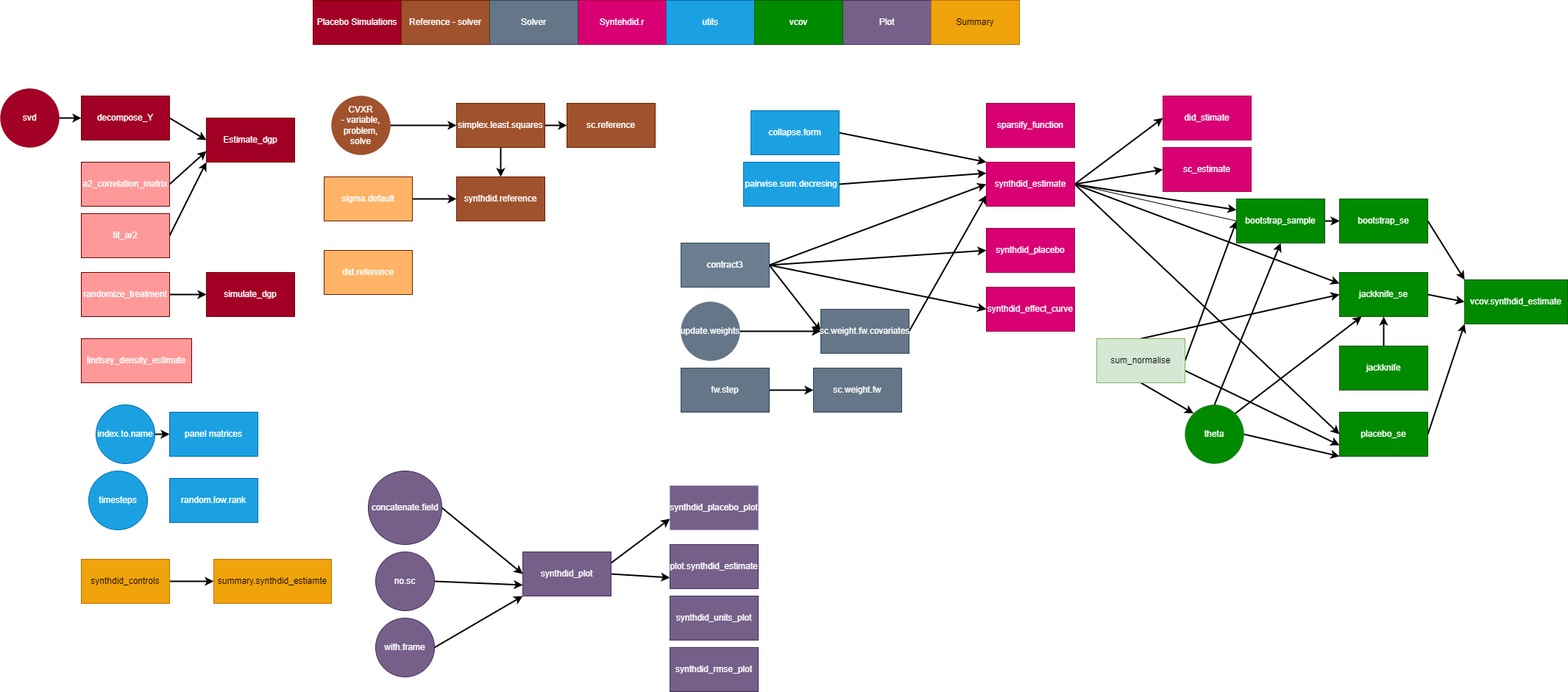
The draw.io diagram map.png in d2cml-ai/synthdid, before a commit. Source tidied: cells renumbered, new cells last; positions are measured from the earlier drawing's top-left corner, leaving out a move shared by most shapes.
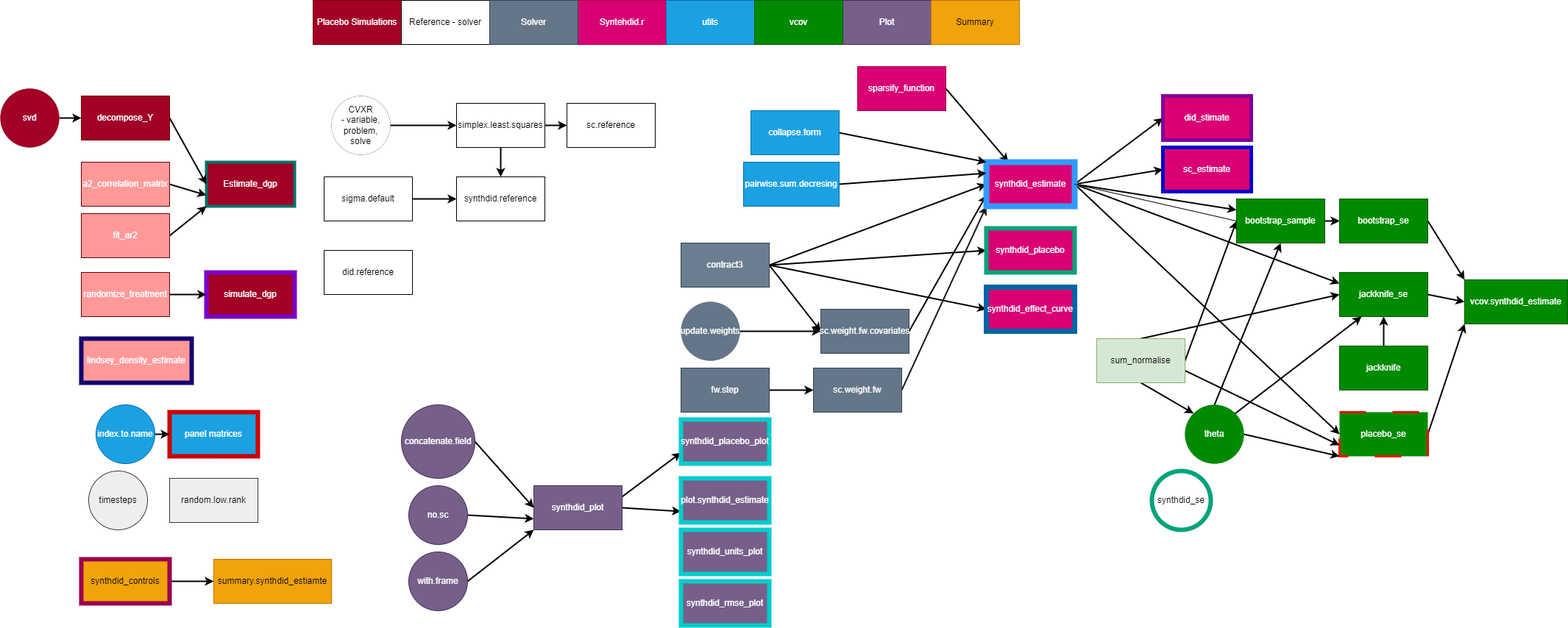
After the commit.

Change to the diagram source:
```diff
@@ -10,3 +10,3 @@
     </mxCell>
-    <mxCell id="4" value="Reference - solver" style="whiteSpace=wrap;html=1;fillColor=#a0522d;fontColor=#ffffff;strokeColor=#6D1F00;" parent="1" vertex="1">
+    <mxCell id="4" value="Reference - solver" style="whiteSpace=wrap;html=1;" parent="1" vertex="1">
       <mxGeometry x="545" width="120" height="60" as="geometry" />
@@ -25,6 +25,6 @@
     </mxCell>
-    <mxCell id="9" value="Estimate_dgp" style="whiteSpace=wrap;html=1;fillColor=#a20025;fontColor=#ffffff;strokeColor=#6F0000;" parent="1" vertex="1">
-      <mxGeometry x="280" y="160" width="120" height="60" as="geometry" />
+    <mxCell id="9" value="Estimate_dgp" style="whiteSpace=wrap;html=1;fillColor=#a20025;fontColor=#ffffff;strokeColor=#007069;strokeWidth=4;" parent="1" vertex="1">
+      <mxGeometry x="280" y="220" width="120" height="60" as="geometry" />
     </mxCell>
-    <mxCell id="10" value="simulate_dgp" style="whiteSpace=wrap;html=1;fillColor=#a20025;fontColor=#ffffff;strokeColor=#6F0000;" parent="1" vertex="1">
+    <mxCell id="10" value="simulate_dgp" style="whiteSpace=wrap;html=1;fillColor=#a20025;fontColor=#ffffff;strokeColor=#7a00cc;strokeWidth=6;" parent="1" vertex="1">
       <mxGeometry x="280" y="370" width="120" height="60" as="geometry" />
@@ -55,3 +55,3 @@
     </mxCell>
-    <mxCell id="19" value="lindsey_density_estimate" style="whiteSpace=wrap;html=1;fillColor=#FF9999;fontColor=#ffffff;strokeColor=#6F0000;" parent="1" vertex="1">
+    <mxCell id="19" value="lindsey_density_estimate" style="whiteSpace=wrap;html=1;fillColor=#FF9999;fontColor=#ffffff;strokeColor=#130070;strokeWidth=6;" parent="1" vertex="1">
       <mxGeometry x="110" y="460" width="150" height="60" as="geometry" />
@@ -65,3 +65,3 @@
     <mxCell id="22" value="synthdid_plot" style="whiteSpace=wrap;html=1;fillColor=#76608a;fontColor=#ffffff;strokeColor=#432D57;" parent="1" vertex="1">
-      <mxGeometry x="710" y="750" width="120" height="60" as="geometry" />
+      <mxGeometry x="725" y="660" width="120" height="60" as="geometry" />
     </mxCell>
@@ -71,3 +71,3 @@
     <mxCell id="24" value="concatenate.field" style="ellipse;whiteSpace=wrap;html=1;fillColor=#76608a;fontColor=#ffffff;strokeColor=#432D57;" parent="1" vertex="1">
-      <mxGeometry x="500" y="640" width="100" height="100" as="geometry" />
+      <mxGeometry x="545" y="550" width="100" height="100" as="geometry" />
     </mxCell>
@@ -77,3 +77,3 @@
     <mxCell id="26" value="no.sc" style="ellipse;whiteSpace=wrap;html=1;fillColor=#76608a;fontColor=#ffffff;strokeColor=#432D57;" parent="1" vertex="1">
-      <mxGeometry x="510" y="750" width="80" height="80" as="geometry" />
+      <mxGeometry x="555" y="660" width="80" height="80" as="geometry" />
     </mxCell>
@@ -83,32 +83,32 @@
     <mxCell id="28" value="with.frame" style="ellipse;whiteSpace=wrap;html=1;fillColor=#76608a;fontColor=#ffffff;strokeColor=#432D57;" parent="1" vertex="1">
-      <mxGeometry x="510" y="840" width="80" height="80" as="geometry" />
+      <mxGeometry x="555" y="750" width="80" height="80" as="geometry" />
     </mxCell>
-    <mxCell id="29" value="synthdid_units_plot" style="whiteSpace=wrap;html=1;fillColor=#76608a;fontColor=#ffffff;strokeColor=#432D57;" parent="1" vertex="1">
-      <mxGeometry x="910" y="810" width="120" height="60" as="geometry" />
+    <mxCell id="29" value="synthdid_units_plot" style="whiteSpace=wrap;html=1;fillColor=#76608a;fontColor=#ffffff;strokeColor=#00CCCC;strokeWidth=6;" parent="1" vertex="1">
+      <mxGeometry x="925" y="720" width="120" height="60" as="geometry" />
     </mxCell>
-    <mxCell id="30" value="synthdid_rmse_plot" style="whiteSpace=wrap;html=1;fillColor=#76608a;fontColor=#ffffff;strokeColor=#432D57;" parent="1" vertex="1">
-      <mxGeometry x="910" y="880" width="120" height="60" as="geometry" />
+    <mxCell id="30" value="synthdid_rmse_plot" style="whiteSpace=wrap;html=1;fillColor=#76608a;fontColor=#ffffff;strokeColor=#00CCCC;strokeWidth=6;" parent="1" vertex="1">
+      <mxGeometry x="925" y="790" width="120" height="60" as="geometry" />
     </mxCell>
-    <mxCell id="31" value="plot.synthdid_estimate" style="whiteSpace=wrap;html=1;fillColor=#76608a;fontColor=#ffffff;strokeColor=#432D57;" parent="1" vertex="1">
-      <mxGeometry x="910" y="740" width="120" height="60" as="geometry" />
+    <mxCell id="31" value="plot.synthdid_estimate" style="whiteSpace=wrap;html=1;fillColor=#76608a;fontColor=#ffffff;strokeColor=#00CCCC;strokeWidth=6;" parent="1" vertex="1">
+      <mxGeometry x="925" y="650" width="120" height="60" as="geometry" />
     </mxCell>
-    <mxCell id="32" style="edgeStyle=none;html=1;exitX=1;exitY=0.5;exitDx=0;exitDy=0;entryX=0;entryY=0.5;entryDx=0;entryDy=0;strokeColor=#000000;strokeWidth=2;fontColor=#000000;startArrow=none;" parent="1" edge="1" source="99" target="36">
+    <mxCell id="32" style="edgeStyle=none;html=1;exitX=1;exitY=0.5;exitDx=0;exitDy=0;entryX=0;entryY=0.5;entryDx=0;entryDy=0;strokeWidth=2;fontColor=#000000;startArrow=none;strokeColor=#000000;" parent="1" edge="1" source="99" target="36">
       <mxGeometry relative="1" as="geometry" />
     </mxCell>
-    <mxCell id="33" style="edgeStyle=none;html=1;exitX=1;exitY=0.5;exitDx=0;exitDy=0;entryX=0;entryY=0.5;entryDx=0;entryDy=0;strokeColor=#000000;strokeWidth=2;fontColor=#000000;" parent="1" edge="1" source="35" target="37">
+    <mxCell id="33" style="edgeStyle=none;html=1;exitX=1;exitY=0.5;exitDx=0;exitDy=0;entryX=0;entryY=0.5;entryDx=0;entryDy=0;strokeWidth=2;fontColor=#000000;strokeColor=#000000;" parent="1" edge="1" source="35" target="37">
       <mxGeometry relative="1" as="geometry" />
     </mxCell>
-    <mxCell id="34" style="edgeStyle=none;html=1;exitX=0.5;exitY=1;exitDx=0;exitDy=0;entryX=0.5;entryY=0;entryDx=0;entryDy=0;strokeColor=#000000;strokeWidth=2;fontColor=#000000;" parent="1" edge="1" source="35" target="36">
+    <mxCell id="34" style="edgeStyle=none;html=1;exitX=0.5;exitY=1;exitDx=0;exitDy=0;entryX=0.5;entryY=0;entryDx=0;entryDy=0;strokeWidth=2;fontColor=#000000;strokeColor=#000000;" parent="1" edge="1" source="35" target="36">
       <mxGeometry relative="1" as="geometry" />
     </mxCell>
-    <mxCell id="35" value="simplex.least.squares" style="whiteSpace=wrap;html=1;fillColor=#a0522d;fontColor=#ffffff;strokeColor=#6D1F00;" parent="1" vertex="1">
+    <mxCell id="35" value="simplex.least.squares" style="whiteSpace=wrap;html=1;" parent="1" vertex="1">
       <mxGeometry x="620" y="140" width="120" height="60" as="geometry" />
     </mxCell>
-    <mxCell id="36" value="synthdid.reference" style="whiteSpace=wrap;html=1;fillColor=#a0522d;fontColor=#ffffff;strokeColor=#6D1F00;" parent="1" vertex="1">
+    <mxCell id="36" value="synthdid.reference" style="whiteSpace=wrap;html=1;" parent="1" vertex="1">
       <mxGeometry x="620" y="240" width="120" height="60" as="geometry" />
     </mxCell>
-    <mxCell id="37" value="sc.reference" style="whiteSpace=wrap;html=1;fillColor=#a0522d;fontColor=#ffffff;strokeColor=#6D1F00;" parent="1" vertex="1">
+    <mxCell id="37" value="sc.reference" style="whiteSpace=wrap;html=1;" parent="1" vertex="1">
       <mxGeometry x="770" y="140" width="120" height="60" as="geometry" />
     </mxCell>
-    <mxCell id="38" value="did.reference" style="whiteSpace=wrap;html=1;fillColor=#FFB366;fontColor=#ffffff;strokeColor=#6D1F00;" parent="1" vertex="1">
+    <mxCell id="38" value="did.reference" style="whiteSpace=wrap;html=1;" parent="1" vertex="1">
       <mxGeometry x="440" y="340" width="120" height="60" as="geometry" />
@@ -139,2 +139,5 @@
     </mxCell>
+    <mxCell id="103" style="edgeStyle=none;html=1;exitX=1;exitY=0.5;exitDx=0;exitDy=0;entryX=0;entryY=1;entryDx=0;entryDy=0;fontColor=#090101;strokeColor=#1c1717;strokeWidth=2;" parent="1" edge="1" source="47" target="60">
+      <mxGeometry relative="1" as="geometry" />
+    </mxCell>
     <mxCell id="47" value="sc.weight.fw" style="whiteSpace=wrap;html=1;fillColor=#647687;fontColor=#ffffff;strokeColor=#314354;" parent="1" vertex="1">
@@ -151,3 +154,3 @@
     </mxCell>
-    <mxCell id="51" value="synthdid_controls" style="whiteSpace=wrap;html=1;fillColor=#f0a30a;fontColor=#000000;strokeColor=#BD7000;" parent="1" vertex="1">
+    <mxCell id="51" value="synthdid_controls" style="whiteSpace=wrap;html=1;fillColor=#f0a30a;fontColor=#000000;strokeColor=#99004D;strokeWidth=6;" parent="1" vertex="1">
       <mxGeometry x="110" y="760" width="120" height="60" as="geometry" />
@@ -157,4 +160,7 @@
     </mxCell>
+    <mxCell id="104" style="edgeStyle=none;html=1;exitX=1;exitY=0.5;exitDx=0;exitDy=0;entryX=0.25;entryY=0;entryDx=0;entryDy=0;strokeColor=#000000;strokeWidth=2;fontColor=#090101;" parent="1" edge="1" source="53" target="60">
+      <mxGeometry relative="1" as="geometry" />
+    </mxCell>
     <mxCell id="53" value="sparsify_function" style="whiteSpace=wrap;html=1;fillColor=#d80073;fontColor=#ffffff;strokeColor=#A50040;" parent="1" vertex="1">
-      <mxGeometry x="1340" y="140" width="120" height="60" as="geometry" />
+      <mxGeometry x="1165" y="90" width="120" height="60" as="geometry" />
     </mxCell>
@@ -178,15 +184,15 @@
     </mxCell>
-    <mxCell id="60" value="synthdid_estimate" style="whiteSpace=wrap;html=1;fillColor=#d80073;fontColor=#ffffff;strokeColor=#A50040;" parent="1" vertex="1">
+    <mxCell id="60" value="synthdid_estimate" style="whiteSpace=wrap;html=1;fillColor=#d80073;fontColor=#ffffff;strokeColor=#3399FF;strokeWidth=8;" parent="1" vertex="1">
       <mxGeometry x="1340" y="220" width="120" height="60" as="geometry" />
     </mxCell>
-    <mxCell id="61" value="sc_estimate" style="whiteSpace=wrap;html=1;fillColor=#d80073;fontColor=#ffffff;strokeColor=#A50040;" parent="1" vertex="1">
+    <mxCell id="61" value="sc_estimate" style="whiteSpace=wrap;html=1;fillColor=#d80073;fontColor=#ffffff;strokeColor=#0000CC;strokeWidth=5;" parent="1" vertex="1">
       <mxGeometry x="1580" y="200" width="120" height="60" as="geometry" />
     </mxCell>
-    <mxCell id="62" value="did_stimate" style="whiteSpace=wrap;html=1;fillColor=#d80073;fontColor=#ffffff;strokeColor=#A50040;" parent="1" vertex="1">
+    <mxCell id="62" value="did_stimate" style="whiteSpace=wrap;html=1;fillColor=#d80073;fontColor=#ffffff;strokeColor=#7f0099;strokeWidth=5;" parent="1" vertex="1">
       <mxGeometry x="1580" y="130" width="120" height="60" as="geometry" />
     </mxCell>
-    <mxCell id="63" value="synthdid_placebo" style="whiteSpace=wrap;html=1;fillColor=#d80073;fontColor=#ffffff;strokeColor=#A50040;" parent="1" vertex="1">
+    <mxCell id="63" value="synthdid_placebo" style="whiteSpace=wrap;html=1;fillColor=#d80073;fontColor=#ffffff;strokeColor=#00a37a;strokeWidth=6;" parent="1" vertex="1">
       <mxGeometry x="1340" y="310" width="120" height="60" as="geometry" />
     </mxCell>
-    <mxCell id="64" value="synthdid_effect_curve" style="whiteSpace=wrap;html=1;fillColor=#d80073;fontColor=#ffffff;strokeColor=#A50040;" parent="1" vertex="1">
+    <mxCell id="64" value="synthdid_effect_curve" style="whiteSpace=wrap;html=1;fillColor=#d80073;fontColor=#ffffff;strokeColor=#0065A3;strokeWidth=7;" parent="1" vertex="1">
       <mxGeometry x="1340" y="390" width="120" height="60" as="geometry" />
@@ -205,3 +211,3 @@
     </mxCell>
-    <mxCell id="69" value="panel matrices" style="whiteSpace=wrap;html=1;fillColor=#1ba1e2;fontColor=#ffffff;strokeColor=#006EAF;" parent="1" vertex="1">
+    <mxCell id="69" value="panel matrices" style="whiteSpace=wrap;html=1;fillColor=#1ba1e2;fontColor=#ffffff;strokeColor=#CC0000;strokeWidth=6;" parent="1" vertex="1">
       <mxGeometry x="230" y="560" width="120" height="60" as="geometry" />
@@ -214,6 +220,6 @@
     </mxCell>
-    <mxCell id="72" value="timesteps" style="ellipse;whiteSpace=wrap;html=1;fillColor=#1ba1e2;fontColor=#ffffff;strokeColor=#006EAF;" parent="1" vertex="1">
+    <mxCell id="72" value="timesteps" style="ellipse;whiteSpace=wrap;html=1;fillColor=#eeeeee;strokeColor=#36393d;fontColor=#090101;" parent="1" vertex="1">
       <mxGeometry x="120" y="640" width="80" height="80" as="geometry" />
     </mxCell>
-    <mxCell id="73" value="random.low.rank" style="whiteSpace=wrap;html=1;fillColor=#1ba1e2;fontColor=#ffffff;strokeColor=#006EAF;" parent="1" vertex="1">
+    <mxCell id="73" value="random.low.rank" style="whiteSpace=wrap;html=1;fillColor=#eeeeee;strokeColor=#36393d;fontColor=#090101;" parent="1" vertex="1">
       <mxGeometry x="230" y="650" width="120" height="60" as="geometry" />
@@ -247,3 +253,3 @@
     </mxCell>
-    <mxCell id="83" value="placebo_se" style="whiteSpace=wrap;html=1;fillColor=#008a00;fontColor=#ffffff;strokeColor=#005700;" parent="1" vertex="1">
+    <mxCell id="83" value="placebo_se" style="whiteSpace=wrap;html=1;fillColor=#008a00;fontColor=#ffffff;strokeColor=#FF0000;strokeWidth=3;dashed=1;dashPattern=12 12;" parent="1" vertex="1">
       <mxGeometry x="1820" y="560" width="120" height="60" as="geometry" />
@@ -283,6 +289,6 @@
     </mxCell>
-    <mxCell id="95" style="edgeStyle=none;html=1;exitX=1;exitY=0.5;exitDx=0;exitDy=0;entryX=0;entryY=0.5;entryDx=0;entryDy=0;strokeColor=#000000;strokeWidth=2;fontColor=#000000;" parent="1" edge="1" source="96" target="35">
+    <mxCell id="95" style="edgeStyle=none;html=1;exitX=1;exitY=0.5;exitDx=0;exitDy=0;entryX=0;entryY=0.5;entryDx=0;entryDy=0;strokeWidth=2;fontColor=#000000;strokeColor=#000000;" parent="1" edge="1" source="96" target="35">
       <mxGeometry relative="1" as="geometry" />
     </mxCell>
-    <mxCell id="96" value="CVXR&lt;br&gt;- variable, problem, solve" style="ellipse;whiteSpace=wrap;html=1;strokeWidth=0;fontColor=#ffffff;fillColor=#a0522d;strokeColor=#6D1F00;" parent="1" vertex="1">
+    <mxCell id="96" value="CVXR&lt;br&gt;- variable, problem, solve" style="ellipse;whiteSpace=wrap;html=1;strokeWidth=0;" parent="1" vertex="1">
       <mxGeometry x="450" y="130" width="80" height="80" as="geometry" />
@@ -295,3 +301,3 @@
     </mxCell>
-    <mxCell id="99" value="sigma.default" style="whiteSpace=wrap;html=1;fillColor=#FFB366;fontColor=#ffffff;strokeColor=#6D1F00;" parent="1" vertex="1">
+    <mxCell id="99" value="sigma.default" style="whiteSpace=wrap;html=1;" parent="1" vertex="1">
       <mxGeometry x="440" y="240" width="120" height="60" as="geometry" />
@@ -304,5 +310,8 @@
     </mxCell>
-    <mxCell id="102" value="synthdid_placebo_plot" style="whiteSpace=wrap;html=1;strokeWidth=0;fontColor=#ffffff;fillColor=#76608a;strokeColor=#432D57;" parent="1" vertex="1">
-      <mxGeometry x="910" y="660" width="120" height="60" as="geometry" />
+    <mxCell id="102" value="synthdid_placebo_plot" style="whiteSpace=wrap;html=1;strokeWidth=6;fontColor=#ffffff;fillColor=#76608a;strokeColor=#00CCCC;" parent="1" vertex="1">
+      <mxGeometry x="925" y="570" width="120" height="60" as="geometry" />
     </mxCell>
+    <mxCell id="105" value="synthdid_se" style="ellipse;whiteSpace=wrap;html=1;strokeColor=#00a37a;strokeWidth=6;" parent="1" vertex="1">
+      <mxGeometry x="1565" y="640" width="80" height="80" as="geometry" />
+    </mxCell>
   </root>
```
